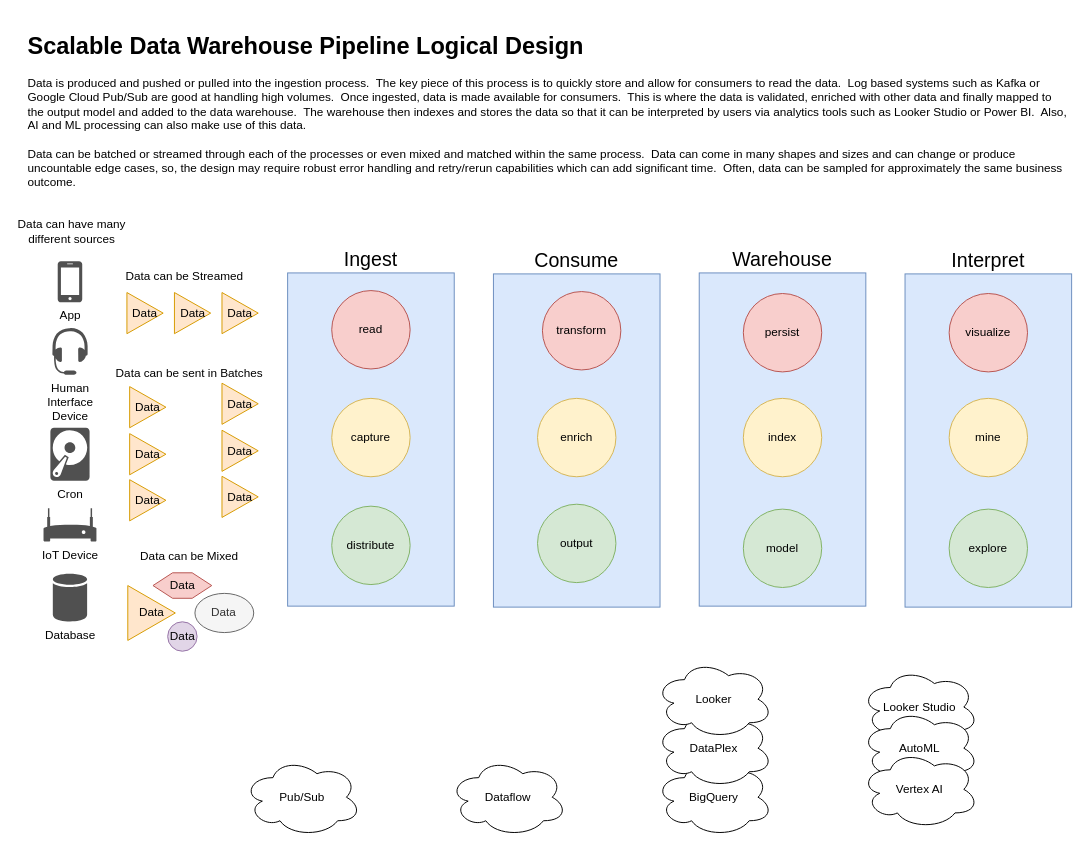
The draw.io diagram message-oriented-architecture/Data Processing and Data Prep.drawio in wstueve/ai-ml, before the edit. Source tidied: cells renumbered, new cells numbered last; positions are measured from the earlier drawing's top-left corner, leaving out a move shared by most shapes. Both pictures are drawn from the tidied source at 98%, with x=0, y=0 at pixel (16, 26).
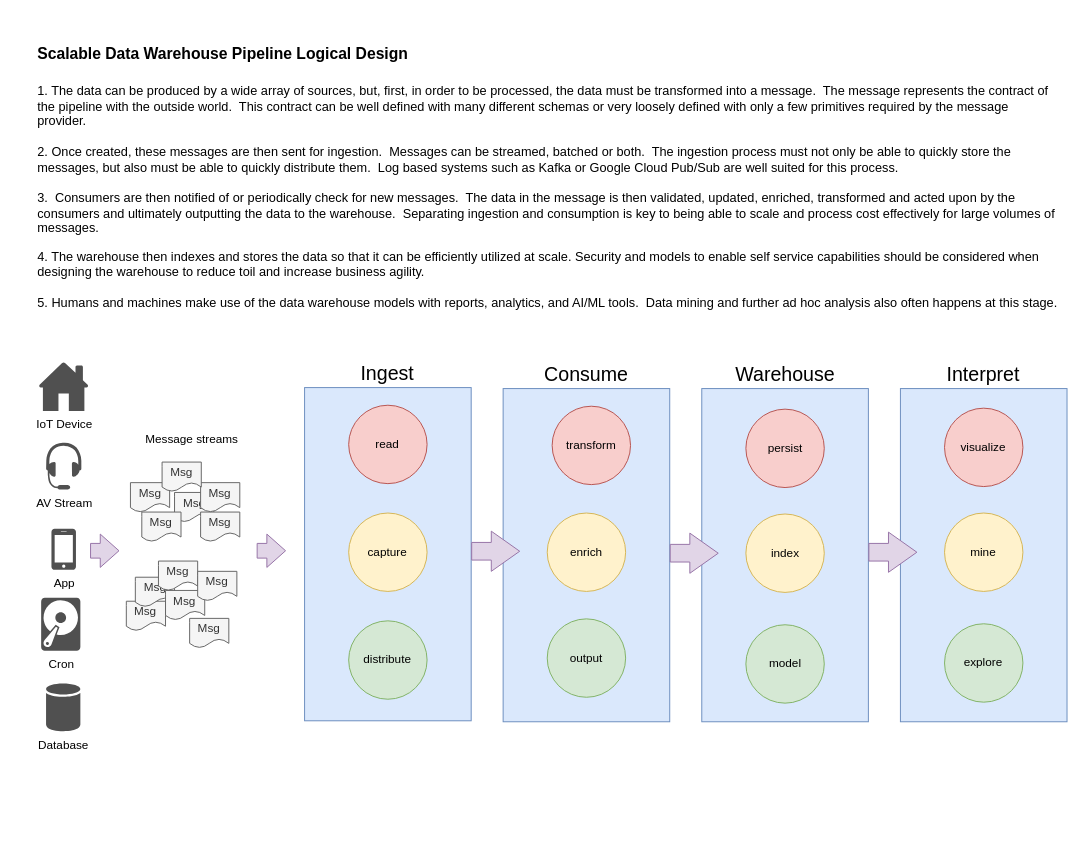
The same page after the edit.

The edit, as a diff of the source:
```diff
@@
     <mxCell id="2" value="Consume" style="rounded=0;whiteSpace=wrap;html=1;fillColor=#dae8fc;strokeColor=#6c8ebf;labelPosition=center;verticalLabelPosition=top;align=center;verticalAlign=bottom;fontStyle=0;fontSize=20;" parent="1" vertex="1">
-      <mxGeometry x="487" y="252" width="170" height="340" as="geometry" />
+      <mxGeometry x="496.9" y="369" width="170" height="340" as="geometry" />
     </mxCell>
     <mxCell id="3" value="Warehouse" style="rounded=0;whiteSpace=wrap;html=1;fillColor=#dae8fc;strokeColor=#6c8ebf;labelPosition=center;verticalLabelPosition=top;align=center;verticalAlign=bottom;fontStyle=0;fontSize=20;" parent="1" vertex="1">
-      <mxGeometry x="697" y="251" width="170" height="340" as="geometry" />
+      <mxGeometry x="699.6" y="369" width="170" height="340" as="geometry" />
     </mxCell>
     <mxCell id="4" value="Interpret" style="rounded=0;whiteSpace=wrap;html=1;fillColor=#dae8fc;strokeColor=#6c8ebf;labelPosition=center;verticalLabelPosition=top;align=center;verticalAlign=bottom;fontStyle=0;fontSize=20;" parent="1" vertex="1">
-      <mxGeometry x="907" y="252" width="170" height="340" as="geometry" />
+      <mxGeometry x="902.3" y="369" width="170" height="340" as="geometry" />
     </mxCell>
     <mxCell id="5" value="Ingest" style="rounded=0;whiteSpace=wrap;html=1;fillColor=#dae8fc;strokeColor=#6c8ebf;labelPosition=center;verticalLabelPosition=top;align=center;verticalAlign=bottom;fontStyle=0;fontSize=20;" parent="1" vertex="1">
-      <mxGeometry x="277" y="251" width="170" height="340" as="geometry" />
+      <mxGeometry x="294.3" y="368" width="170" height="340" as="geometry" />
     </mxCell>
-    <mxCell id="6" value="Pub/Sub" style="ellipse;shape=cloud;whiteSpace=wrap;html=1;" parent="1" vertex="1">
-      <mxGeometry x="232" y="746" width="120" height="80" as="geometry" />
-    </mxCell>
     <mxCell id="7" value="read" style="ellipse;whiteSpace=wrap;html=1;fillColor=#f8cecc;strokeColor=#b85450;" parent="1" vertex="1">
-      <mxGeometry x="322" y="269" width="80" height="80" as="geometry" />
+      <mxGeometry x="339.3" y="386" width="80" height="80" as="geometry" />
     </mxCell>
     <mxCell id="8" value="capture" style="ellipse;whiteSpace=wrap;html=1;fillColor=#fff2cc;strokeColor=#d6b656;" parent="1" vertex="1">
-      <mxGeometry x="322" y="379" width="80" height="80" as="geometry" />
+      <mxGeometry x="339.3" y="496" width="80" height="80" as="geometry" />
     </mxCell>
     <mxCell id="9" value="distribute" style="ellipse;whiteSpace=wrap;html=1;fillColor=#d5e8d4;strokeColor=#82b366;" parent="1" vertex="1">
-      <mxGeometry x="322" y="489" width="80" height="80" as="geometry" />
+      <mxGeometry x="339.3" y="606" width="80" height="80" as="geometry" />
     </mxCell>
-    <mxCell id="10" value="Data" style="triangle;whiteSpace=wrap;html=1;fillColor=#ffe6cc;strokeColor=#d79b00;" parent="1" vertex="1">
-      <mxGeometry x="113" y="271" width="37" height="42" as="geometry" />
-    </mxCell>
-    <mxCell id="11" value="Data" style="triangle;whiteSpace=wrap;html=1;fillColor=#ffe6cc;strokeColor=#d79b00;" parent="1" vertex="1">
-      <mxGeometry x="113.9" y="570" width="48.5" height="56" as="geometry" />
-    </mxCell>
-    <mxCell id="12" value="IoT Device" style="sketch=0;shadow=0;dashed=0;html=1;strokeColor=none;fillColor=#505050;labelPosition=center;verticalLabelPosition=bottom;verticalAlign=top;align=center;shape=mxgraph.office.devices.modem;" parent="1" vertex="1">
-      <mxGeometry x="27.9" y="491" width="54" height="34" as="geometry" />
-    </mxCell>
     <mxCell id="13" value="Cron" style="sketch=0;shadow=0;dashed=0;html=1;strokeColor=none;fillColor=#505050;labelPosition=center;verticalLabelPosition=bottom;verticalAlign=top;align=center;shape=mxgraph.office.devices.hard_disk;" parent="1" vertex="1">
-      <mxGeometry x="34.9" y="409" width="40" height="54" as="geometry" />
+      <mxGeometry x="25.5" y="582.5" width="40" height="54" as="geometry" />
     </mxCell>
     <mxCell id="14" value="App" style="sketch=0;shadow=0;dashed=0;html=1;strokeColor=none;fillColor=#505050;labelPosition=center;verticalLabelPosition=bottom;verticalAlign=top;align=center;shape=mxgraph.office.devices.cell_phone_iphone_standalone;" parent="1" vertex="1">
-      <mxGeometry x="42.4" y="239" width="25" height="42" as="geometry" />
+      <mxGeometry x="36" y="512" width="25" height="42" as="geometry" />
     </mxCell>
-    <mxCell id="15" value="Human&lt;br&gt;Interface&lt;br&gt;Device" style="sketch=0;shadow=0;dashed=0;html=1;strokeColor=none;fillColor=#505050;labelPosition=center;verticalLabelPosition=bottom;verticalAlign=top;align=center;shape=mxgraph.office.devices.headset;" parent="1" vertex="1">
-      <mxGeometry x="36.9" y="307" width="36" height="48" as="geometry" />
+    <mxCell id="15" value="AV Stream" style="sketch=0;shadow=0;dashed=0;html=1;strokeColor=none;fillColor=#505050;labelPosition=center;verticalLabelPosition=bottom;verticalAlign=top;align=center;shape=mxgraph.office.devices.headset;" parent="1" vertex="1">
+      <mxGeometry x="30.5" y="424" width="36" height="48" as="geometry" />
     </mxCell>
-    <mxCell id="16" value="Dataflow" style="ellipse;shape=cloud;whiteSpace=wrap;html=1;" parent="1" vertex="1">
-      <mxGeometry x="442" y="746" width="120" height="80" as="geometry" />
-    </mxCell>
     <mxCell id="17" value="transform" style="ellipse;whiteSpace=wrap;html=1;fillColor=#f8cecc;strokeColor=#b85450;" parent="1" vertex="1">
-      <mxGeometry x="537" y="270" width="80" height="80" as="geometry" />
+      <mxGeometry x="546.9" y="387" width="80" height="80" as="geometry" />
     </mxCell>
     <mxCell id="18" value="enrich" style="ellipse;whiteSpace=wrap;html=1;fillColor=#fff2cc;strokeColor=#d6b656;" parent="1" vertex="1">
-      <mxGeometry x="532" y="379" width="80" height="80" as="geometry" />
+      <mxGeometry x="541.9" y="496" width="80" height="80" as="geometry" />
     </mxCell>
     <mxCell id="19" value="output" style="ellipse;whiteSpace=wrap;html=1;fillColor=#d5e8d4;strokeColor=#82b366;" parent="1" vertex="1">
-      <mxGeometry x="532" y="487" width="80" height="80" as="geometry" />
+      <mxGeometry x="541.9" y="604" width="80" height="80" as="geometry" />
     </mxCell>
-    <mxCell id="20" value="BigQuery" style="ellipse;shape=cloud;whiteSpace=wrap;html=1;" parent="1" vertex="1">
-      <mxGeometry x="652" y="746" width="120" height="80" as="geometry" />
-    </mxCell>
     <mxCell id="21" value="persist" style="ellipse;whiteSpace=wrap;html=1;fillColor=#f8cecc;strokeColor=#b85450;" parent="1" vertex="1">
-      <mxGeometry x="742" y="272" width="80" height="80" as="geometry" />
+      <mxGeometry x="744.6" y="390" width="80" height="80" as="geometry" />
     </mxCell>
     <mxCell id="22" value="index" style="ellipse;whiteSpace=wrap;html=1;fillColor=#fff2cc;strokeColor=#d6b656;" parent="1" vertex="1">
-      <mxGeometry x="742" y="379" width="80" height="80" as="geometry" />
+      <mxGeometry x="744.6" y="497" width="80" height="80" as="geometry" />
     </mxCell>
     <mxCell id="23" value="model" style="ellipse;whiteSpace=wrap;html=1;fillColor=#d5e8d4;strokeColor=#82b366;" parent="1" vertex="1">
-      <mxGeometry x="742" y="492" width="80" height="80" as="geometry" />
+      <mxGeometry x="744.6" y="610" width="80" height="80" as="geometry" />
     </mxCell>
-    <mxCell id="24" value="Looker Studio" style="ellipse;shape=cloud;whiteSpace=wrap;html=1;" parent="1" vertex="1">
-      <mxGeometry x="862" y="654" width="120" height="80" as="geometry" />
-    </mxCell>
     <mxCell id="25" value="visualize" style="ellipse;whiteSpace=wrap;html=1;fillColor=#f8cecc;strokeColor=#b85450;" parent="1" vertex="1">
-      <mxGeometry x="952" y="272" width="80" height="80" as="geometry" />
+      <mxGeometry x="947.3" y="389" width="80" height="80" as="geometry" />
     </mxCell>
     <mxCell id="26" value="mine" style="ellipse;whiteSpace=wrap;html=1;fillColor=#fff2cc;strokeColor=#d6b656;" parent="1" vertex="1">
-      <mxGeometry x="952" y="379" width="80" height="80" as="geometry" />
+      <mxGeometry x="947.3" y="496" width="80" height="80" as="geometry" />
     </mxCell>
     <mxCell id="27" value="explore" style="ellipse;whiteSpace=wrap;html=1;fillColor=#d5e8d4;strokeColor=#82b366;" parent="1" vertex="1">
-      <mxGeometry x="952" y="492" width="80" height="80" as="geometry" />
+      <mxGeometry x="947.3" y="609" width="80" height="80" as="geometry" />
     </mxCell>
-    <mxCell id="28" value="AutoML" style="ellipse;shape=cloud;whiteSpace=wrap;html=1;" parent="1" vertex="1">
-      <mxGeometry x="862" y="696" width="120" height="80" as="geometry" />
-    </mxCell>
-    <mxCell id="29" value="Vertex AI" style="ellipse;shape=cloud;whiteSpace=wrap;html=1;" parent="1" vertex="1">
-      <mxGeometry x="862" y="738" width="120" height="80" as="geometry" />
-    </mxCell>
-    <mxCell id="30" value="DataPlex" style="ellipse;shape=cloud;whiteSpace=wrap;html=1;" parent="1" vertex="1">
-      <mxGeometry x="652" y="696" width="120" height="80" as="geometry" />
-    </mxCell>
-    <mxCell id="31" value="Looker" style="ellipse;shape=cloud;whiteSpace=wrap;html=1;" parent="1" vertex="1">
-      <mxGeometry x="652" y="646" width="120" height="80" as="geometry" />
-    </mxCell>
     <mxCell id="32" value="Database" style="sketch=0;shadow=0;dashed=0;html=1;strokeColor=none;fillColor=#505050;labelPosition=center;verticalLabelPosition=bottom;verticalAlign=top;align=center;shape=mxgraph.office.databases.database;" parent="1" vertex="1">
-      <mxGeometry x="37.4" y="558" width="35" height="49" as="geometry" />
+      <mxGeometry x="30.5" y="670" width="35" height="49" as="geometry" />
     </mxCell>
-    <mxCell id="33" value="&lt;h1&gt;Scalable Data Warehouse Pipeline Logical Design&lt;/h1&gt;&lt;p&gt;Data is produced and pushed or pulled into the ingestion process.&amp;nbsp; The key piece of this process is to quickly store and allow for consumers to read the data.&amp;nbsp; Log based systems such as Kafka or Google Cloud Pub/Sub are good at handling high volumes.&amp;nbsp; Once ingested, data is made available for consumers.&amp;nbsp; This is where the data is validated, enriched with other data and finally mapped to the output model and added to the data warehouse.&amp;nbsp; The warehouse then indexes and stores the data so that it can be interpreted by users via analytics tools such as Looker Studio or Power BI.&amp;nbsp; Also, AI and ML processing can also make use of this data.&lt;br&gt;&lt;br&gt;Data can be batched or streamed through each of the processes or even mixed and matched within the same process.&amp;nbsp; Data can come in many shapes and sizes and can change or produce uncountable edge cases, so, the design may require robust error handling and retry/rerun capabilities which can add significant time.&amp;nbsp; Often, data can be sampled for approximately the same business outcome.&lt;/p&gt;" style="text;html=1;strokeColor=none;fillColor=none;spacing=5;spacingTop=-20;whiteSpace=wrap;overflow=hidden;rounded=0;" parent="1" vertex="1">
-      <mxGeometry x="7" width="1070" height="170" as="geometry" />
+    <mxCell id="33" value="&lt;h1 style=&quot;&quot;&gt;&lt;font style=&quot;font-size: 16px;&quot;&gt;Scalable Data Warehouse Pipeline Logical Design&lt;/font&gt;&lt;/h1&gt;&lt;p style=&quot;font-size: 13px;&quot;&gt;1. The data can be produced by a wide array of sources, but, first, in order to be processed, the data must be transformed into a message.&amp;nbsp; The message represents the contract of the pipeline with the outside world.&amp;nbsp; This contract can be well defined with many different schemas or very loosely defined with only a few primitives required by the message provider.&amp;nbsp; &lt;br style=&quot;font-size: 13px;&quot;&gt;&lt;br style=&quot;font-size: 13px;&quot;&gt;2. Once created, these messages are then sent for ingestion.&amp;nbsp; Messages can be streamed, batched or both.&amp;nbsp; The ingestion process must not only be able to quickly store the messages, but also must be able to quickly distribute them.&amp;nbsp; Log based systems such as Kafka or Google Cloud Pub/Sub are well suited for this process.&amp;nbsp; &lt;br style=&quot;font-size: 13px;&quot;&gt;&lt;br style=&quot;font-size: 13px;&quot;&gt;3.&amp;nbsp; Consumers are then notified of or periodically check for new messages.&amp;nbsp; The data in the message is then validated, updated, enriched, transformed and acted upon by the consumers and ultimately outputting the data to the warehouse.&amp;nbsp; Separating ingestion and consumption is key to being able to scale and process cost effectively for large volumes of messages.&amp;nbsp;&amp;nbsp;&lt;/p&gt;&lt;p style=&quot;font-size: 13px;&quot;&gt;4. The warehouse then indexes and stores the data so that it can be efficiently utilized at scale. Security and models to enable self service capabilities should be considered when designing the warehouse to reduce toil and increase business agility.&lt;br style=&quot;font-size: 13px;&quot;&gt;&lt;br style=&quot;font-size: 13px;&quot;&gt;5. Humans and machines make use of the data warehouse models with reports, analytics, and AI/ML tools.&amp;nbsp; Data mining and further ad hoc analysis also often happens at this stage.&lt;br style=&quot;font-size: 13px;&quot;&gt;&lt;/p&gt;" style="text;html=1;strokeColor=none;fillColor=none;spacing=5;spacingTop=-20;whiteSpace=wrap;overflow=hidden;rounded=0;fontSize=13;" parent="1" vertex="1">
+      <mxGeometry x="17" y="2" width="1055.3" height="304" as="geometry" />
     </mxCell>
-    <mxCell id="34" value="Data" style="triangle;whiteSpace=wrap;html=1;fillColor=#ffe6cc;strokeColor=#d79b00;" parent="1" vertex="1">
-      <mxGeometry x="161.5" y="271" width="37" height="42" as="geometry" />
-    </mxCell>
-    <mxCell id="35" value="Data" style="triangle;whiteSpace=wrap;html=1;fillColor=#ffe6cc;strokeColor=#d79b00;" parent="1" vertex="1">
-      <mxGeometry x="210" y="271" width="37" height="42" as="geometry" />
-    </mxCell>
-    <mxCell id="36" value="Data can be Streamed" style="text;html=1;strokeColor=none;fillColor=none;align=center;verticalAlign=middle;whiteSpace=wrap;rounded=0;" parent="1" vertex="1">
-      <mxGeometry x="92" y="245" width="160" height="20" as="geometry" />
+    <mxCell id="36" value="Message streams" style="text;html=1;strokeColor=none;fillColor=none;align=center;verticalAlign=middle;whiteSpace=wrap;rounded=0;" parent="1" vertex="1">
+      <mxGeometry x="112.4" y="411" width="135.4" height="20" as="geometry" />
     </mxCell>
-    <mxCell id="37" value="Data can be sent in Batches" style="text;html=1;strokeColor=none;fillColor=none;align=center;verticalAlign=middle;whiteSpace=wrap;rounded=0;" parent="1" vertex="1">
-      <mxGeometry x="92" y="343.5" width="170" height="20" as="geometry" />
-    </mxCell>
-    <mxCell id="38" value="Data" style="triangle;whiteSpace=wrap;html=1;fillColor=#ffe6cc;strokeColor=#d79b00;" parent="1" vertex="1">
-      <mxGeometry x="115.8" y="367" width="37" height="42" as="geometry" />
-    </mxCell>
-    <mxCell id="39" value="Data" style="triangle;whiteSpace=wrap;html=1;fillColor=#ffe6cc;strokeColor=#d79b00;" parent="1" vertex="1">
-      <mxGeometry x="115.8" y="415" width="37" height="42" as="geometry" />
-    </mxCell>
-    <mxCell id="40" value="Data" style="ellipse;whiteSpace=wrap;html=1;fillColor=#f5f5f5;fontColor=#333333;strokeColor=#666666;" parent="1" vertex="1">
-      <mxGeometry x="182.4" y="578" width="60" height="40" as="geometry" />
-    </mxCell>
-    <mxCell id="41" value="Data" style="shape=hexagon;perimeter=hexagonPerimeter2;whiteSpace=wrap;html=1;fixedSize=1;fillColor=#f8cecc;strokeColor=#b85450;" parent="1" vertex="1">
-      <mxGeometry x="139.6" y="557" width="60" height="26" as="geometry" />
-    </mxCell>
-    <mxCell id="42" value="Data" style="ellipse;whiteSpace=wrap;html=1;fillColor=#e1d5e7;strokeColor=#9673a6;" parent="1" vertex="1">
-      <mxGeometry x="154.6" y="607" width="30" height="30" as="geometry" />
-    </mxCell>
-    <mxCell id="43" value="Data can be Mixed" style="text;html=1;strokeColor=none;fillColor=none;align=center;verticalAlign=middle;whiteSpace=wrap;rounded=0;" parent="1" vertex="1">
-      <mxGeometry x="111.6" y="530" width="130" height="20" as="geometry" />
-    </mxCell>
-    <mxCell id="44" value="Data" style="triangle;whiteSpace=wrap;html=1;fillColor=#ffe6cc;strokeColor=#d79b00;" parent="1" vertex="1">
-      <mxGeometry x="115.8" y="462" width="37" height="42" as="geometry" />
-    </mxCell>
-    <mxCell id="45" value="Data" style="triangle;whiteSpace=wrap;html=1;fillColor=#ffe6cc;strokeColor=#d79b00;" parent="1" vertex="1">
-      <mxGeometry x="210" y="363.5" width="37" height="42" as="geometry" />
-    </mxCell>
-    <mxCell id="46" value="Data" style="triangle;whiteSpace=wrap;html=1;fillColor=#ffe6cc;strokeColor=#d79b00;" parent="1" vertex="1">
-      <mxGeometry x="210" y="411.5" width="37" height="42" as="geometry" />
-    </mxCell>
-    <mxCell id="47" value="Data" style="triangle;whiteSpace=wrap;html=1;fillColor=#ffe6cc;strokeColor=#d79b00;" parent="1" vertex="1">
-      <mxGeometry x="210" y="458.5" width="37" height="42" as="geometry" />
-    </mxCell>
-    <mxCell id="48" value="Data can have many different sources" style="text;html=1;strokeColor=none;fillColor=none;align=center;verticalAlign=middle;whiteSpace=wrap;rounded=0;" parent="1" vertex="1">
-      <mxGeometry x="0.3" y="194" width="113.6" height="30" as="geometry" />
-    </mxCell>
+    <mxCell id="49" value="Msg" style="shape=document;whiteSpace=wrap;html=1;boundedLbl=1;fillColor=#f5f5f5;fontColor=#333333;strokeColor=#666666;" parent="1" vertex="1">
+      <mxGeometry x="161.6" y="475" width="40" height="30" as="geometry" />
+    </mxCell>
+    <mxCell id="50" style="shape=flexArrow;endArrow=classic;html=1;rounded=0;fillColor=#e1d5e7;strokeColor=#9673a6;endWidth=22;endSize=9.33;width=18;labelBackgroundColor=none;" parent="1" edge="1">
+      <mxGeometry x="0.03" relative="1" as="geometry">
+        <mxPoint x="464.3" y="535" as="sourcePoint" />
+        <mxPoint x="514.3" y="535" as="targetPoint" />
+      </mxGeometry>
+    </mxCell>
+    <mxCell id="51" style="shape=flexArrow;endArrow=classic;html=1;rounded=0;fillColor=#e1d5e7;strokeColor=#9673a6;endWidth=22;endSize=9.33;width=18;labelBackgroundColor=none;" parent="1" edge="1">
+      <mxGeometry x="0.03" relative="1" as="geometry">
+        <mxPoint x="666.9" y="537" as="sourcePoint" />
+        <mxPoint x="716.9" y="537" as="targetPoint" />
+      </mxGeometry>
+    </mxCell>
+    <mxCell id="52" style="shape=flexArrow;endArrow=classic;html=1;rounded=0;fillColor=#e1d5e7;strokeColor=#9673a6;endWidth=22;endSize=9.33;width=18;labelBackgroundColor=none;" parent="1" edge="1">
+      <mxGeometry x="0.03" relative="1" as="geometry">
+        <mxPoint x="869.6" y="536" as="sourcePoint" />
+        <mxPoint x="919.6" y="536" as="targetPoint" />
+      </mxGeometry>
+    </mxCell>
+    <mxCell id="53" value="Msg" style="shape=document;whiteSpace=wrap;html=1;boundedLbl=1;fillColor=#f5f5f5;fontColor=#333333;strokeColor=#666666;" parent="1" vertex="1">
+      <mxGeometry x="128.2" y="495" width="40" height="30" as="geometry" />
+    </mxCell>
+    <mxCell id="54" value="Msg" style="shape=document;whiteSpace=wrap;html=1;boundedLbl=1;fillColor=#f5f5f5;fontColor=#333333;strokeColor=#666666;" parent="1" vertex="1">
+      <mxGeometry x="116.6" y="465" width="40" height="30" as="geometry" />
+    </mxCell>
+    <mxCell id="55" value="Msg" style="shape=document;whiteSpace=wrap;html=1;boundedLbl=1;fillColor=#f5f5f5;fontColor=#333333;strokeColor=#666666;" parent="1" vertex="1">
+      <mxGeometry x="188.2" y="495" width="40" height="30" as="geometry" />
+    </mxCell>
+    <mxCell id="56" value="Msg" style="shape=document;whiteSpace=wrap;html=1;boundedLbl=1;fillColor=#f5f5f5;fontColor=#333333;strokeColor=#666666;" parent="1" vertex="1">
+      <mxGeometry x="188.2" y="465" width="40" height="30" as="geometry" />
+    </mxCell>
+    <mxCell id="57" style="shape=flexArrow;endArrow=classic;html=1;rounded=0;fillColor=#e1d5e7;strokeColor=#9673a6;endWidth=18;endSize=6.03;width=15;labelBackgroundColor=none;" parent="1" edge="1">
+      <mxGeometry x="0.03" relative="1" as="geometry">
+        <mxPoint x="245.4" y="534.5" as="sourcePoint" />
+        <mxPoint x="275.4" y="534.5" as="targetPoint" />
+      </mxGeometry>
+    </mxCell>
+    <mxCell id="58" value="Msg" style="shape=document;whiteSpace=wrap;html=1;boundedLbl=1;fillColor=#f5f5f5;fontColor=#333333;strokeColor=#666666;" parent="1" vertex="1">
+      <mxGeometry x="112.4" y="586" width="40" height="30" as="geometry" />
+    </mxCell>
+    <mxCell id="59" value="Msg" style="shape=document;whiteSpace=wrap;html=1;boundedLbl=1;fillColor=#f5f5f5;fontColor=#333333;strokeColor=#666666;" parent="1" vertex="1">
+      <mxGeometry x="121.6" y="561.5" width="40" height="30" as="geometry" />
+    </mxCell>
+    <mxCell id="60" value="Msg" style="shape=document;whiteSpace=wrap;html=1;boundedLbl=1;fillColor=#f5f5f5;fontColor=#333333;strokeColor=#666666;" parent="1" vertex="1">
+      <mxGeometry x="177" y="603.5" width="40" height="30" as="geometry" />
+    </mxCell>
+    <mxCell id="61" value="Msg" style="shape=document;whiteSpace=wrap;html=1;boundedLbl=1;fillColor=#f5f5f5;fontColor=#333333;strokeColor=#666666;" parent="1" vertex="1">
+      <mxGeometry x="152.4" y="575" width="40" height="30" as="geometry" />
+    </mxCell>
+    <mxCell id="12" value="IoT Device" style="sketch=0;shadow=0;dashed=0;html=1;strokeColor=none;fillColor=#505050;labelPosition=center;verticalLabelPosition=bottom;verticalAlign=top;align=center;shape=mxgraph.office.concepts.home;" parent="1" vertex="1">
+      <mxGeometry x="23" y="342" width="51" height="50" as="geometry" />
+    </mxCell>
+    <mxCell id="62" style="shape=flexArrow;endArrow=classic;html=1;rounded=0;fillColor=#e1d5e7;strokeColor=#9673a6;endWidth=18;endSize=6.03;width=15;labelBackgroundColor=none;" parent="1" edge="1">
+      <mxGeometry x="0.03" relative="1" as="geometry">
+        <mxPoint x="75.4" y="534.5" as="sourcePoint" />
+        <mxPoint x="105.4" y="534.5" as="targetPoint" />
+      </mxGeometry>
+    </mxCell>
+    <mxCell id="63" value="Msg" style="shape=document;whiteSpace=wrap;html=1;boundedLbl=1;fillColor=#f5f5f5;fontColor=#333333;strokeColor=#666666;" parent="1" vertex="1">
+      <mxGeometry x="148.9" y="444" width="40" height="30" as="geometry" />
+    </mxCell>
+    <mxCell id="64" value="Msg" style="shape=document;whiteSpace=wrap;html=1;boundedLbl=1;fillColor=#f5f5f5;fontColor=#333333;strokeColor=#666666;" parent="1" vertex="1">
+      <mxGeometry x="145.2" y="545" width="40" height="30" as="geometry" />
+    </mxCell>
+    <mxCell id="65" value="Msg" style="shape=document;whiteSpace=wrap;html=1;boundedLbl=1;fillColor=#f5f5f5;fontColor=#333333;strokeColor=#666666;" parent="1" vertex="1">
+      <mxGeometry x="185.2" y="555.5" width="40" height="30" as="geometry" />
+    </mxCell>
```
